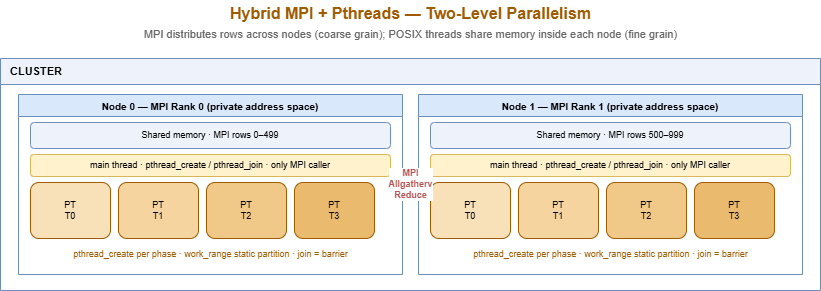
Earlier version of the draw.io export analysis_diagrams/drawio/png/diagram_07_mpi_pthreads.png (Ashfaq-Riyaldeen/hpc-mine). Source tidied: cells renumbered, new cells last; positions are measured from the earlier drawing's top-left corner, leaving out a move shared by most shapes.
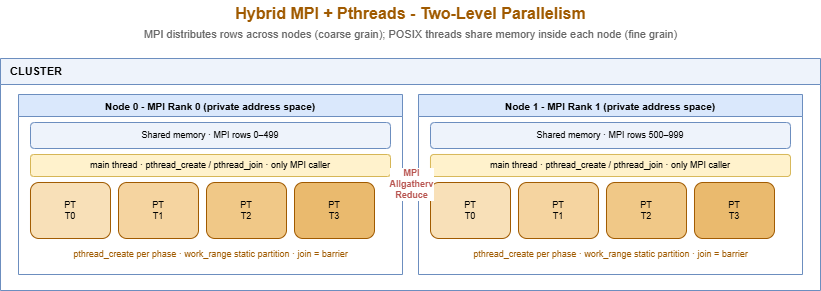
Above is the later version.

The edit, as a diff of the source:
```diff
@@ -2,7 +2,7 @@
   <root>
     <mxCell id="0" />
     <mxCell id="1" parent="0" />
-    <mxCell id="2" value="Hybrid MPI + Pthreads — Two-Level Parallelism" style="text;html=1;align=center;verticalAlign=middle;fontStyle=1;fontSize=16;fontColor=#a05a00;" parent="1" vertex="1">
+    <mxCell id="2" value="Hybrid MPI + Pthreads - Two-Level Parallelism" style="text;html=1;align=center;verticalAlign=middle;fontStyle=1;fontSize=16;fontColor=#a05a00;" parent="1" vertex="1">
       <mxGeometry x="110" width="600" height="26" as="geometry" />
     </mxCell>
     <mxCell id="3" value="MPI distributes rows across nodes (coarse grain); POSIX threads share memory inside each node (fine grain)" style="text;html=1;align=center;verticalAlign=middle;fontSize=11;fontColor=#666666;" parent="1" vertex="1">
@@ -11,7 +11,7 @@
     <mxCell id="4" value="CLUSTER" style="swimlane;startSize=26;whiteSpace=wrap;html=1;fillColor=#eef3fb;strokeColor=#6c8ebf;fontSize=11;fontStyle=1;verticalAlign=top;align=left;spacingLeft=8;" parent="1" vertex="1">
       <mxGeometry y="58" width="820" height="232" as="geometry" />
     </mxCell>
-    <mxCell id="5" value="Node 0  —  MPI Rank 0  (private address space)" style="swimlane;startSize=22;whiteSpace=wrap;html=1;fillColor=#dae8fc;strokeColor=#6c8ebf;fontSize=10;fontStyle=1;verticalAlign=top;align=center;" parent="4" vertex="1">
+    <mxCell id="5" value="Node 0 - MPI Rank 0  (private address space)" style="swimlane;startSize=22;whiteSpace=wrap;html=1;fillColor=#dae8fc;strokeColor=#6c8ebf;fontSize=10;fontStyle=1;verticalAlign=top;align=center;" parent="4" vertex="1">
       <mxGeometry x="18" y="36" width="384" height="180" as="geometry" />
     </mxCell>
     <mxCell id="6" value="Shared memory · MPI rows 0–499" style="rounded=1;whiteSpace=wrap;html=1;fillColor=#eef3fb;strokeColor=#6c8ebf;fontSize=9;verticalAlign=middle;" parent="5" vertex="1">
@@ -35,7 +35,7 @@
     <mxCell id="12" value="pthread_create per phase · work_range static partition · join = barrier" style="text;html=1;align=center;fontSize=9;fontColor=#a05a00;" parent="5" vertex="1">
       <mxGeometry x="12" y="148" width="360" height="24" as="geometry" />
     </mxCell>
-    <mxCell id="13" value="Node 1  —  MPI Rank 1  (private address space)" style="swimlane;startSize=22;whiteSpace=wrap;html=1;fillColor=#dae8fc;strokeColor=#6c8ebf;fontSize=10;fontStyle=1;verticalAlign=top;align=center;" parent="4" vertex="1">
+    <mxCell id="13" value="Node 1 - MPI Rank 1  (private address space)" style="swimlane;startSize=22;whiteSpace=wrap;html=1;fillColor=#dae8fc;strokeColor=#6c8ebf;fontSize=10;fontStyle=1;verticalAlign=top;align=center;" parent="4" vertex="1">
       <mxGeometry x="418" y="36" width="384" height="180" as="geometry" />
     </mxCell>
     <mxCell id="14" value="Shared memory · MPI rows 500–999" style="rounded=1;whiteSpace=wrap;html=1;fillColor=#eef3fb;strokeColor=#6c8ebf;fontSize=9;verticalAlign=middle;" parent="13" vertex="1">
```
